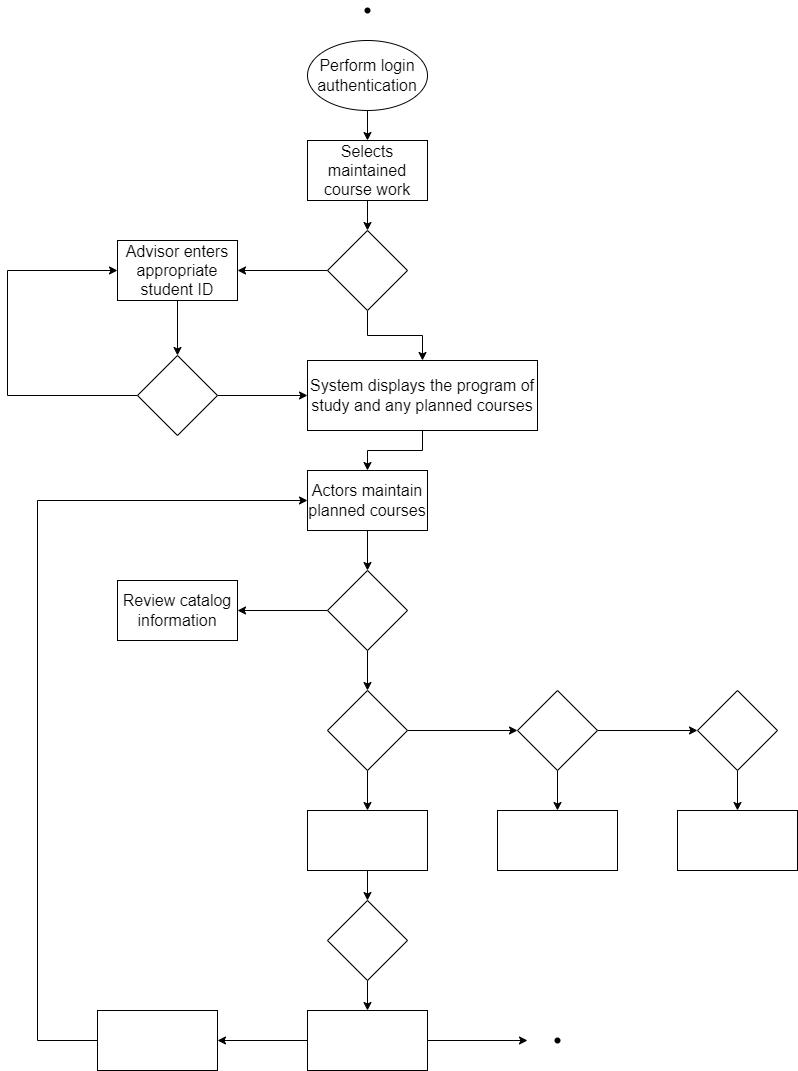
The draw.io diagram Chương 1.png in datnham0212/learning, before a commit. Source tidied: cells renumbered, new cells last; positions are measured from the earlier drawing's top-left corner, leaving out a move shared by most shapes.
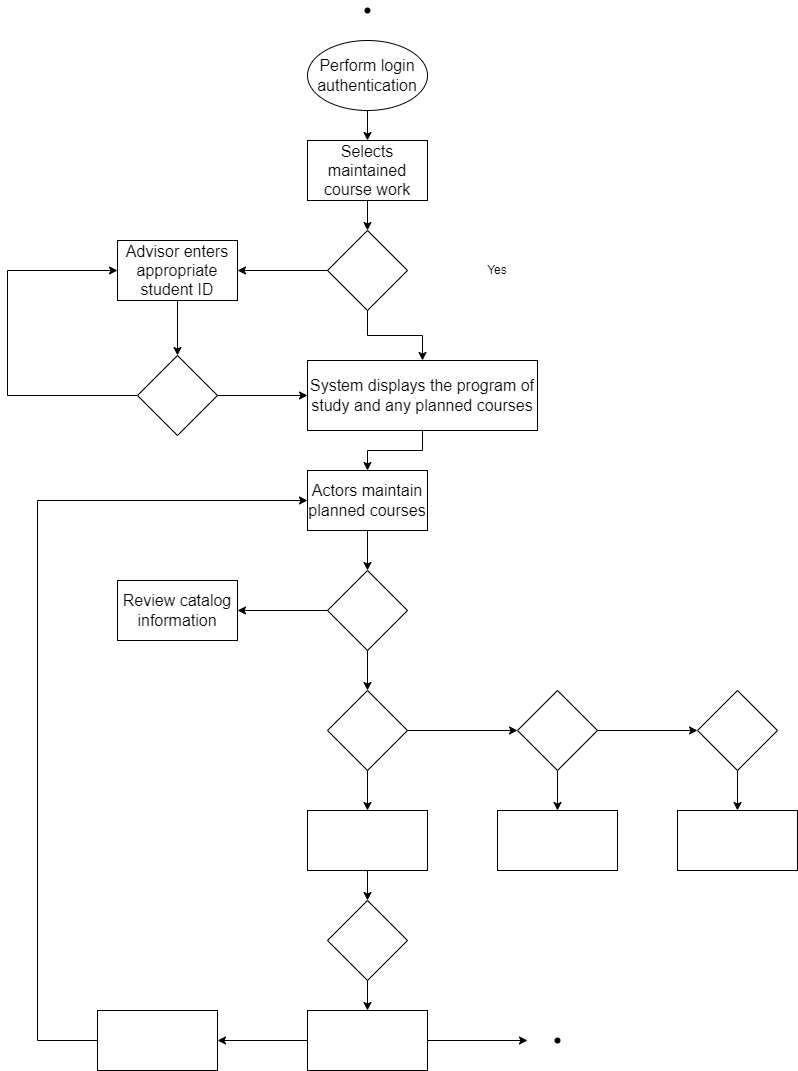
The same file after the commit.

The edit, as a diff of the source:
```diff
@@ -137,5 +137,8 @@
     <mxCell id="42" style="shape=waypoint;sketch=0;fillStyle=solid;size=6;fillColor=none;perimeter=centerPerimeter;fontSize=16;" parent="1" vertex="1">
       <mxGeometry x="540" y="1030" width="20" height="20" as="geometry" />
     </mxCell>
+    <mxCell id="43" value="Yes" style="text;html=1;strokeColor=none;fillColor=none;align=center;verticalAlign=middle;whiteSpace=wrap;rounded=0;" parent="1" vertex="1">
+      <mxGeometry x="460" y="255" width="60" height="30" as="geometry" />
+    </mxCell>
   </root>
 </mxGraphModel>
```
